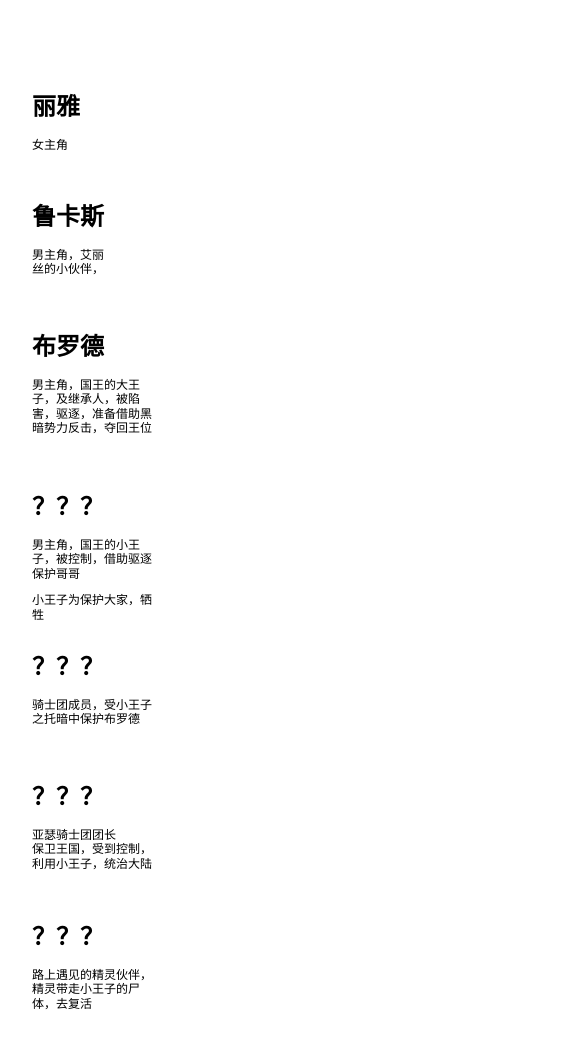
Earlier version of the draw.io diagram page "actor" (3 of 10) of unity.drawio (goldmine/base). Source tidied: cells renumbered, new cells numbered last; positions are measured from the earlier drawing's top-left corner, leaving out a move shared by most shapes. Both pictures are drawn from the tidied source at 100%, with x=0, y=0 at pixel (27, 87).
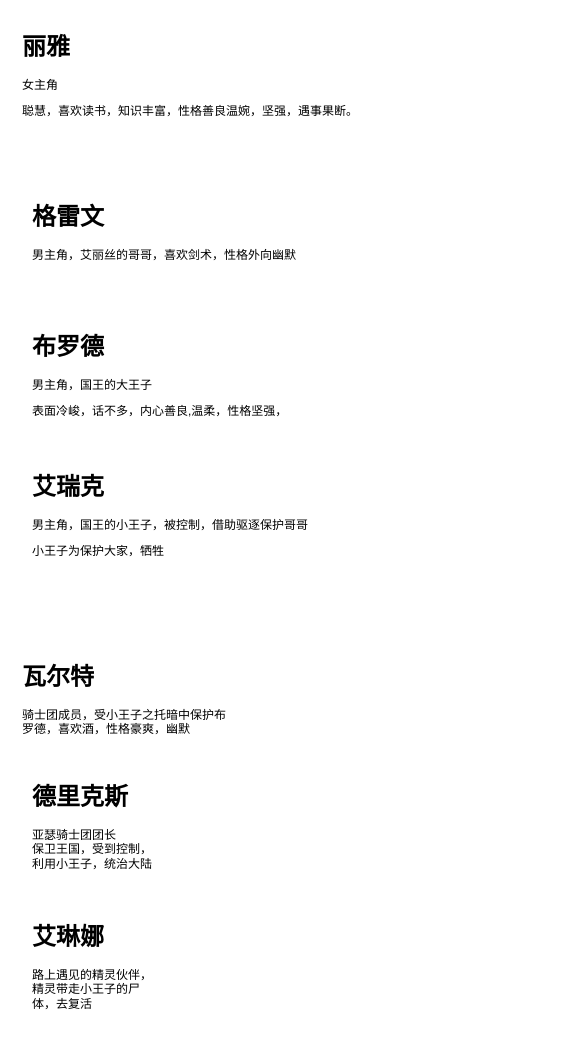
The same diagram, later.

What changed in the source:
```diff
@@
 <mxGraphModel>
   <root>
     <mxCell id="0" />
     <mxCell id="1" parent="0" />
-    <mxCell id="2" value="&lt;h1&gt;丽雅&lt;/h1&gt;&lt;p&gt;女主角&lt;/p&gt;" style="text;html=1;strokeColor=none;fillColor=none;spacing=5;spacingTop=-20;whiteSpace=wrap;overflow=hidden;rounded=0;" parent="1" vertex="1">
-      <mxGeometry width="90" height="70" as="geometry" />
+    <mxCell id="2" value="&lt;h1&gt;丽雅&lt;/h1&gt;&lt;p&gt;女主角&lt;/p&gt;&lt;p&gt;聪慧，喜欢读书，知识丰富，性格善良温婉，坚强，遇事果断。&lt;/p&gt;" style="text;html=1;strokeColor=none;fillColor=none;spacing=5;spacingTop=-20;whiteSpace=wrap;overflow=hidden;rounded=0;" parent="1" vertex="1">
+      <mxGeometry x="-10" y="-60" width="440" height="120" as="geometry" />
     </mxCell>
-    <mxCell id="3" value="&lt;h1&gt;鲁卡斯&lt;/h1&gt;&lt;p&gt;男主角，艾丽丝的小伙伴，&lt;/p&gt;" style="text;html=1;strokeColor=none;fillColor=none;spacing=5;spacingTop=-20;whiteSpace=wrap;overflow=hidden;rounded=0;" parent="1" vertex="1">
-      <mxGeometry y="110" width="90" height="80" as="geometry" />
+    <mxCell id="3" value="&lt;h1&gt;格雷文&lt;/h1&gt;&lt;p&gt;男主角，艾丽丝的哥哥，喜欢剑术，性格外向幽默&lt;/p&gt;" style="text;html=1;strokeColor=none;fillColor=none;spacing=5;spacingTop=-20;whiteSpace=wrap;overflow=hidden;rounded=0;" parent="1" vertex="1">
+      <mxGeometry y="110" width="350" height="80" as="geometry" />
     </mxCell>
-    <mxCell id="4" value="&lt;h1&gt;布罗德&lt;/h1&gt;&lt;p&gt;男主角，国王的大王子，及继承人，被陷害，驱逐，准备借助黑暗势力反击，夺回王位&lt;/p&gt;&lt;p&gt;&lt;br&gt;&lt;/p&gt;&lt;p&gt;&lt;br&gt;&lt;/p&gt;" style="text;html=1;strokeColor=none;fillColor=none;spacing=5;spacingTop=-20;whiteSpace=wrap;overflow=hidden;rounded=0;" parent="1" vertex="1">
-      <mxGeometry y="240" width="130" height="110" as="geometry" />
+    <mxCell id="4" value="&lt;h1&gt;布罗德&lt;/h1&gt;&lt;p&gt;男主角，国王的大王子&lt;br&gt;&lt;/p&gt;&lt;p&gt;表面冷峻，话不多，内心善良,温柔，性格坚强，&lt;br&gt;&lt;/p&gt;" style="text;html=1;strokeColor=none;fillColor=none;spacing=5;spacingTop=-20;whiteSpace=wrap;overflow=hidden;rounded=0;" parent="1" vertex="1">
+      <mxGeometry y="240" width="350" height="110" as="geometry" />
     </mxCell>
-    <mxCell id="5" value="&lt;h1&gt;？？？&lt;/h1&gt;&lt;p&gt;男主角，国王的小王子，被控制，借助驱逐保护哥哥&lt;/p&gt;&lt;p&gt;小王子为保护大家，牺牲&lt;/p&gt;&lt;p&gt;&lt;br&gt;&lt;/p&gt;&lt;p&gt;&lt;br&gt;&lt;/p&gt;" style="text;html=1;strokeColor=none;fillColor=none;spacing=5;spacingTop=-20;whiteSpace=wrap;overflow=hidden;rounded=0;" parent="1" vertex="1">
-      <mxGeometry y="400" width="130" height="150" as="geometry" />
+    <mxCell id="5" value="&lt;h1&gt;艾瑞克&lt;/h1&gt;&lt;p&gt;男主角，国王的小王子，被控制，借助驱逐保护哥哥&lt;/p&gt;&lt;p&gt;小王子为保护大家，牺牲&lt;/p&gt;&lt;p&gt;&lt;br&gt;&lt;/p&gt;&lt;p&gt;&lt;br&gt;&lt;/p&gt;" style="text;html=1;strokeColor=none;fillColor=none;spacing=5;spacingTop=-20;whiteSpace=wrap;overflow=hidden;rounded=0;" parent="1" vertex="1">
+      <mxGeometry y="380" width="520" height="150" as="geometry" />
     </mxCell>
     <mxCell id="6" value="&lt;h1&gt;&lt;br&gt;&lt;/h1&gt;" style="text;html=1;strokeColor=none;fillColor=none;spacing=5;spacingTop=-20;whiteSpace=wrap;overflow=hidden;rounded=0;" parent="1" vertex="1">
       <mxGeometry y="550" width="130" height="110" as="geometry" />
     </mxCell>
-    <mxCell id="7" value="&lt;h1&gt;？？？&lt;/h1&gt;&lt;p&gt;骑士团成员，受小王子之托暗中保护布罗德&lt;/p&gt;&lt;p&gt;&lt;br&gt;&lt;/p&gt;&lt;p&gt;&lt;br&gt;&lt;/p&gt;" style="text;html=1;strokeColor=none;fillColor=none;spacing=5;spacingTop=-20;whiteSpace=wrap;overflow=hidden;rounded=0;" parent="1" vertex="1">
-      <mxGeometry y="560" width="130" height="110" as="geometry" />
+    <mxCell id="7" value="&lt;h1&gt;瓦尔特&lt;/h1&gt;&lt;p&gt;骑士团成员，受小王子之托暗中保护布罗德，喜欢酒，性格豪爽，幽默&lt;/p&gt;&lt;p&gt;&lt;br&gt;&lt;/p&gt;&lt;p&gt;&lt;br&gt;&lt;/p&gt;" style="text;html=1;strokeColor=none;fillColor=none;spacing=5;spacingTop=-20;whiteSpace=wrap;overflow=hidden;rounded=0;" parent="1" vertex="1">
+      <mxGeometry x="-10" y="570" width="220" height="110" as="geometry" />
     </mxCell>
-    <mxCell id="8" value="&lt;h1&gt;？？？&lt;/h1&gt;&lt;p&gt;亚瑟骑士团团长&lt;br style=&quot;border-color: var(--border-color); text-align: center;&quot;&gt;&lt;span style=&quot;text-align: center;&quot;&gt;保卫王国，受到控制，利用小王子，统治大陆&lt;/span&gt;&lt;br&gt;&lt;/p&gt;&lt;p&gt;&lt;br&gt;&lt;/p&gt;&lt;p&gt;&lt;br&gt;&lt;/p&gt;" style="text;html=1;strokeColor=none;fillColor=none;spacing=5;spacingTop=-20;whiteSpace=wrap;overflow=hidden;rounded=0;" parent="1" vertex="1">
+    <mxCell id="8" value="&lt;h1&gt;德里克斯&lt;/h1&gt;&lt;p&gt;亚瑟骑士团团长&lt;br style=&quot;border-color: var(--border-color); text-align: center;&quot;&gt;&lt;span style=&quot;text-align: center;&quot;&gt;保卫王国，受到控制，利用小王子，统治大陆&lt;/span&gt;&lt;br&gt;&lt;/p&gt;&lt;p&gt;&lt;br&gt;&lt;/p&gt;&lt;p&gt;&lt;br&gt;&lt;/p&gt;" style="text;html=1;strokeColor=none;fillColor=none;spacing=5;spacingTop=-20;whiteSpace=wrap;overflow=hidden;rounded=0;" parent="1" vertex="1">
       <mxGeometry y="690" width="130" height="110" as="geometry" />
     </mxCell>
-    <mxCell id="9" value="&lt;h1&gt;？？？&lt;/h1&gt;&lt;p&gt;路上遇见的精灵伙伴，精灵带走小王子的尸体，去复活&lt;/p&gt;&lt;p&gt;&lt;br&gt;&lt;/p&gt;&lt;p&gt;&lt;br&gt;&lt;/p&gt;" style="text;html=1;strokeColor=none;fillColor=none;spacing=5;spacingTop=-20;whiteSpace=wrap;overflow=hidden;rounded=0;" parent="1" vertex="1">
+    <mxCell id="9" value="&lt;h1&gt;艾琳娜&lt;/h1&gt;&lt;p&gt;路上遇见的精灵伙伴，精灵带走小王子的尸体，去复活&lt;/p&gt;&lt;p&gt;&lt;br&gt;&lt;/p&gt;&lt;p&gt;&lt;br&gt;&lt;/p&gt;" style="text;html=1;strokeColor=none;fillColor=none;spacing=5;spacingTop=-20;whiteSpace=wrap;overflow=hidden;rounded=0;" parent="1" vertex="1">
       <mxGeometry y="830" width="130" height="110" as="geometry" />
     </mxCell>
   </root>
 </mxGraphModel>
```
